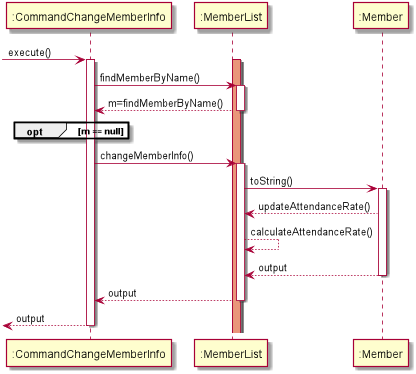
The PlantUML diagram docs/hrDiagramPic/CommandChangeMemberInfo.png in nus-cs2113-AY2021S1/tp, before a commit.
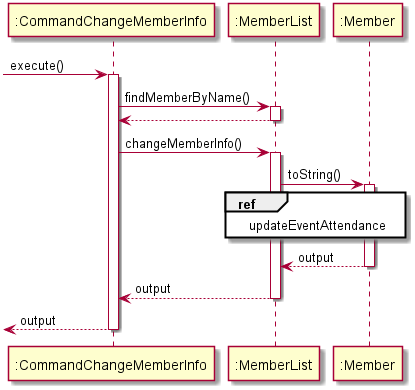
The same file after the commit.

The edit, as a diff of the source:
```diff
@@ -2,20 +2,18 @@
 
  -> ":CommandChangeMemberInfo": execute()
 activate ":CommandChangeMemberInfo"
-activate ":MemberList"
-activate ":MemberList" #DarkSalmon
+
 ":CommandChangeMemberInfo" -> ":MemberList" : findMemberByName()
 activate ":MemberList"
-":MemberList" --> ":CommandChangeMemberInfo" : m=findMemberByName()
+":MemberList" --> ":CommandChangeMemberInfo"
 deactivate ":MemberList"
-opt m == null
-end
 ":CommandChangeMemberInfo" -> ":MemberList" : changeMemberInfo()
 activate ":MemberList"
 ":MemberList" -> ":Member" : toString()
 activate ":Member"
-":Member" --> ":MemberList" : updateAttendanceRate()
-":MemberList" --> ":MemberList" : calculateAttendanceRate()
+ref over ":Member", ":MemberList"
+    updateEventAttendance
+end ref
 return output
 return output
 return output
```
